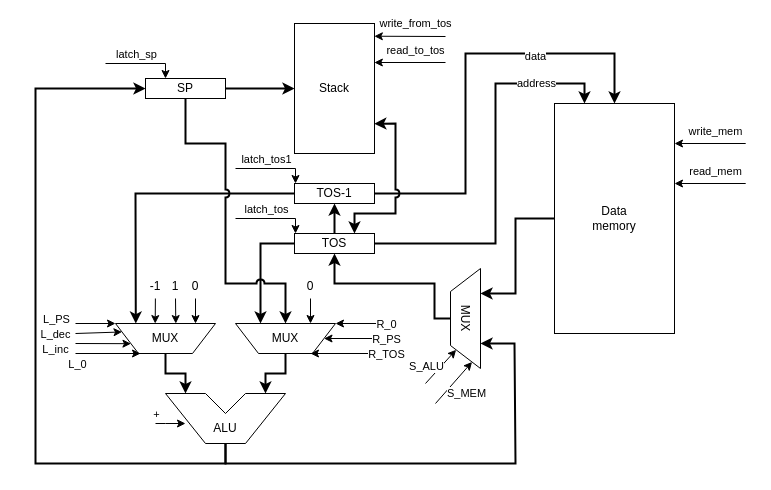
Before: schemes/data-path.drawio in DiedCloud/csa-lab-3, a draw.io diagram. Source tidied: cells renumbered, new cells numbered last; positions are measured from the earlier drawing's top-left corner, leaving out a move shared by most shapes. Both pictures are drawn from the tidied source at 100%, with x=0, y=0 at pixel (35, 23).
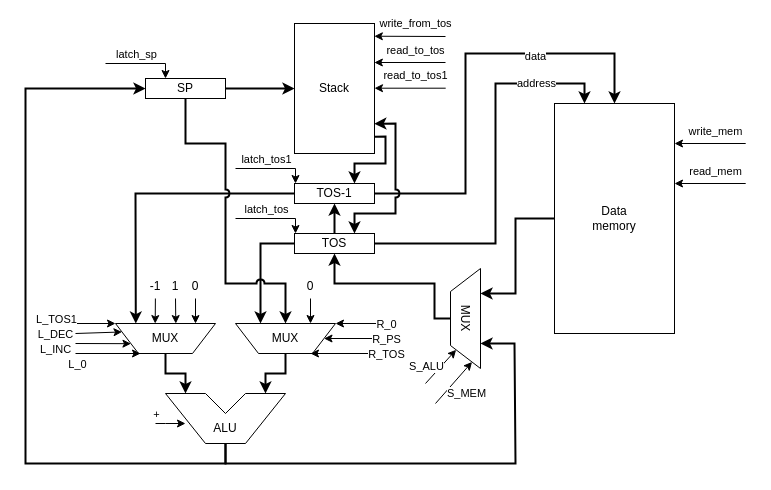
Above is the later version.

Commit message:
fix: tos-1 operations

Unchanged cells that the change refers to:
```xml
<mxCell id="10" value="ALU" style="text;html=1;align=center;verticalAlign=middle;whiteSpace=wrap;rounded=0;" parent="1" vertex="1">
  <mxGeometry x="160" y="390" width="60" height="30" as="geometry" />
</mxCell>
<mxCell id="11" value="Stack" style="rounded=0;whiteSpace=wrap;html=1;" parent="1" vertex="1">
  <mxGeometry x="259" width="80" height="130" as="geometry" />
</mxCell>
<mxCell id="13" value="TOS-1" style="rounded=0;whiteSpace=wrap;html=1;" parent="1" vertex="1">
  <mxGeometry x="259" y="160" width="80" height="20" as="geometry" />
</mxCell>
<mxCell id="34" value="SP" style="rounded=0;whiteSpace=wrap;html=1;" parent="1" vertex="1">
  <mxGeometry x="110" y="55" width="80" height="20" as="geometry" />
</mxCell>
<mxCell id="48" style="endArrow=classic;html=1;rounded=0;strokeWidth=1;entryX=0;entryY=0.75;entryDx=0;entryDy=0;" parent="1" edge="1" target="24">
  <mxGeometry relative="1" as="geometry">
    <mxPoint x="40" y="320" as="sourcePoint" />
  </mxGeometry>
</mxCell>
<mxCell id="50" style="endArrow=classic;html=1;rounded=0;strokeWidth=1;entryX=0;entryY=0.25;entryDx=0;entryDy=0;" parent="1" edge="1" target="24">
  <mxGeometry relative="1" as="geometry">
    <mxPoint x="40" y="310" as="sourcePoint" />
  </mxGeometry>
</mxCell>
<mxCell id="52" style="endArrow=classic;html=1;rounded=0;strokeWidth=1;entryX=0;entryY=0;entryDx=0;entryDy=0;" parent="1" edge="1" target="24">
  <mxGeometry relative="1" as="geometry">
    <mxPoint x="40" y="300" as="sourcePoint" />
  </mxGeometry>
</mxCell>
```

The edit, as a diff of the source:
```diff
@@
     <mxCell id="35" style="endArrow=classic;html=1;rounded=0;exitX=0.5;exitY=1;exitDx=0;exitDy=0;entryX=0;entryY=0.5;entryDx=0;entryDy=0;strokeWidth=2;" parent="1" edge="1" source="10" target="34">
       <mxGeometry relative="1" as="geometry">
         <Array as="points">
           <mxPoint x="190" y="440" />
-          <mxPoint y="440" />
-          <mxPoint y="65" />
+          <mxPoint x="-10" y="440" />
+          <mxPoint x="-10" y="65" />
         </Array>
       </mxGeometry>
     </mxCell>
@@
-    <mxCell id="49" value="L_inc" style="edgeLabel;html=1;align=center;verticalAlign=middle;" parent="48" vertex="1">
+    <mxCell id="49" value="L_INC" style="edgeLabel;html=1;align=center;verticalAlign=middle;" parent="48" vertex="1">
       <mxGeometry relative="1" as="geometry">
         <mxPoint x="-48" y="5" as="offset" />
       </mxGeometry>
     </mxCell>
@@
-    <mxCell id="51" value="L_dec" style="edgeLabel;html=1;align=center;verticalAlign=middle;" parent="50" vertex="1">
+    <mxCell id="51" value="L_DEC" style="edgeLabel;html=1;align=center;verticalAlign=middle;" parent="50" vertex="1">
       <mxGeometry relative="1" as="geometry">
         <mxPoint x="-43" y="1" as="offset" />
       </mxGeometry>
     </mxCell>
@@
-    <mxCell id="53" value="L_PS" style="edgeLabel;html=1;align=center;verticalAlign=middle;" parent="52" vertex="1">
+    <mxCell id="53" value="L_TOS1" style="edgeLabel;html=1;align=center;verticalAlign=middle;" parent="52" vertex="1">
       <mxGeometry relative="1" as="geometry">
         <mxPoint x="-40" y="-5" as="offset" />
       </mxGeometry>
     </mxCell>
@@
+    <mxCell id="76" style="endArrow=classic;html=1;rounded=0;exitX=1;exitY=0.871;exitDx=0;exitDy=0;exitPerimeter=0;entryX=0.75;entryY=0;entryDx=0;entryDy=0;strokeWidth=2;" parent="1" edge="1" source="11" target="13">
+      <mxGeometry relative="1" as="geometry">
+        <Array as="points">
+          <mxPoint x="350" y="113" />
+          <mxPoint x="350" y="140" />
+          <mxPoint x="319" y="140" />
+        </Array>
+      </mxGeometry>
+    </mxCell>
+    <mxCell id="77" style="endArrow=classic;html=1;rounded=0;strokeWidth=1;entryX=0.998;entryY=0.3;entryDx=0;entryDy=0;entryPerimeter=0;" parent="1" edge="1">
+      <mxGeometry relative="1" as="geometry">
+        <mxPoint x="410.2" y="64.7" as="sourcePoint" />
+        <mxPoint x="339" y="64.7" as="targetPoint" />
+      </mxGeometry>
+    </mxCell>
+    <mxCell id="78" value="read_to_tos1" style="edgeLabel;html=1;align=center;verticalAlign=middle;" parent="77" vertex="1">
+      <mxGeometry relative="1" as="geometry">
+        <mxPoint x="5" y="-13" as="offset" />
+      </mxGeometry>
+    </mxCell>
```
